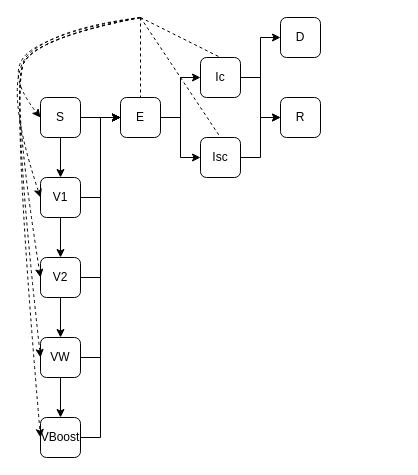
Earlier version of the draw.io diagram BICS_ABM.drawio (eroubenoff/BICS_ABM). Source tidied: cells renumbered, new cells numbered last; positions are measured from the earlier drawing's top-left corner, leaving out a move shared by most shapes. Both pictures are drawn from the tidied source at 100%, with x=0, y=0 at pixel (0, 17).
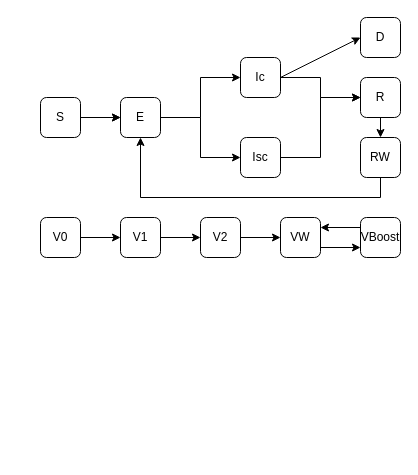
The same diagram, later.

The change refers to these unchanged cells:
```xml
<mxCell id="4" value="S" style="rounded=1;whiteSpace=wrap;html=1;" parent="1" vertex="1">
  <mxGeometry x="40" y="80" width="40" height="40" as="geometry" />
</mxCell>
<mxCell id="6" value="E" style="rounded=1;whiteSpace=wrap;html=1;" parent="1" vertex="1">
  <mxGeometry x="120" y="80" width="40" height="40" as="geometry" />
</mxCell>
```

The edit, as a diff of the source:
```diff
@@
-    <mxCell id="3" style="edgeStyle=orthogonalEdgeStyle;rounded=0;jettySize=auto;html=1;" parent="1" edge="1" source="4" target="17">
-      <mxGeometry relative="1" as="geometry" />
-    </mxCell>
@@
-    <mxCell id="5" style="edgeStyle=orthogonalEdgeStyle;rounded=0;jettySize=auto;html=1;" parent="1" edge="1" source="6" target="8">
+    <mxCell id="5" style="edgeStyle=orthogonalEdgeStyle;rounded=0;jettySize=auto;html=1;exitX=1;exitY=0.5;exitDx=0;exitDy=0;entryX=0;entryY=0.5;entryDx=0;entryDy=0;" parent="1" edge="1" source="6" target="8">
       <mxGeometry relative="1" as="geometry" />
     </mxCell>
+    <mxCell id="35" style="edgeStyle=orthogonalEdgeStyle;rounded=0;jettySize=auto;html=1;exitX=1;exitY=0.5;exitDx=0;exitDy=0;entryX=0;entryY=0.5;entryDx=0;entryDy=0;" parent="1" edge="1" source="6" target="7">
+      <mxGeometry relative="1" as="geometry" />
+    </mxCell>
@@
+    <mxCell id="36" style="edgeStyle=orthogonalEdgeStyle;rounded=0;jettySize=auto;html=1;exitX=1;exitY=0.5;exitDx=0;exitDy=0;entryX=0;entryY=0.5;entryDx=0;entryDy=0;" parent="1" edge="1" source="7" target="9">
+      <mxGeometry relative="1" as="geometry" />
+    </mxCell>
+    <mxCell id="37" style="rounded=0;jettySize=auto;html=1;exitX=1;exitY=0.5;exitDx=0;exitDy=0;entryX=0;entryY=0.5;entryDx=0;entryDy=0;" parent="1" edge="1" source="7" target="10">
+      <mxGeometry relative="1" as="geometry" />
+    </mxCell>
     <mxCell id="7" value="Ic" style="rounded=1;whiteSpace=wrap;html=1;" parent="1" vertex="1">
-      <mxGeometry x="200" y="40" width="40" height="40" as="geometry" />
+      <mxGeometry x="240" y="40" width="40" height="40" as="geometry" />
     </mxCell>
+    <mxCell id="38" style="edgeStyle=orthogonalEdgeStyle;rounded=0;jettySize=auto;html=1;exitX=1;exitY=0.5;exitDx=0;exitDy=0;entryX=0;entryY=0.5;entryDx=0;entryDy=0;" parent="1" edge="1" source="8" target="9">
+      <mxGeometry relative="1" as="geometry" />
+    </mxCell>
     <mxCell id="8" value="Isc" style="rounded=1;whiteSpace=wrap;html=1;" parent="1" vertex="1">
-      <mxGeometry x="200" y="120" width="40" height="40" as="geometry" />
+      <mxGeometry x="240" y="120" width="40" height="40" as="geometry" />
     </mxCell>
+    <mxCell id="39" style="edgeStyle=orthogonalEdgeStyle;rounded=0;jettySize=auto;html=1;exitX=0.5;exitY=1;exitDx=0;exitDy=0;entryX=0.5;entryY=0;entryDx=0;entryDy=0;" parent="1" edge="1" source="9" target="44">
+      <mxGeometry relative="1" as="geometry" />
+    </mxCell>
     <mxCell id="9" value="R" style="rounded=1;whiteSpace=wrap;html=1;" parent="1" vertex="1">
-      <mxGeometry x="280" y="80" width="40" height="40" as="geometry" />
+      <mxGeometry x="360" y="60" width="40" height="40" as="geometry" />
     </mxCell>
     <mxCell id="10" value="D" style="rounded=1;whiteSpace=wrap;html=1;" parent="1" vertex="1">
-      <mxGeometry x="280" width="40" height="40" as="geometry" />
+      <mxGeometry x="360" width="40" height="40" as="geometry" />
     </mxCell>
@@
-    <mxCell id="12" style="endArrow=classic;html=1;rounded=0;entryX=0;entryY=0.5;entryDx=0;entryDy=0;" parent="1" edge="1" target="7">
-      <mxGeometry relative="1" as="geometry">
-        <mxPoint x="160" y="100" as="sourcePoint" />
-        <Array as="points">
-          <mxPoint x="180" y="100" />
-          <mxPoint x="180" y="60" />
-        </Array>
-      </mxGeometry>
-    </mxCell>
-    <mxCell id="13" style="endArrow=classic;html=1;rounded=0;entryX=0;entryY=0.5;entryDx=0;entryDy=0;" parent="1" edge="1">
-      <mxGeometry relative="1" as="geometry">
-        <mxPoint x="240" y="60" as="sourcePoint" />
-        <mxPoint x="280" y="20" as="targetPoint" />
-        <Array as="points">
-          <mxPoint x="260" y="60" />
-          <mxPoint x="260" y="20" />
-        </Array>
-      </mxGeometry>
-    </mxCell>
-    <mxCell id="14" style="endArrow=classic;html=1;rounded=0;entryX=0;entryY=0.5;entryDx=0;entryDy=0;" parent="1" edge="1">
-      <mxGeometry relative="1" as="geometry">
-        <mxPoint x="240" y="140" as="sourcePoint" />
-        <mxPoint x="280" y="100" as="targetPoint" />
-        <Array as="points">
-          <mxPoint x="260" y="140" />
-          <mxPoint x="260" y="100" />
-        </Array>
-      </mxGeometry>
-    </mxCell>
-    <mxCell id="15" style="endArrow=classic;html=1;rounded=0;" parent="1" edge="1">
-      <mxGeometry relative="1" as="geometry">
-        <mxPoint x="240" y="60" as="sourcePoint" />
-        <mxPoint x="280" y="100" as="targetPoint" />
-        <Array as="points">
-          <mxPoint x="260" y="60" />
-          <mxPoint x="260" y="100" />
-        </Array>
-      </mxGeometry>
-    </mxCell>
@@
     <mxCell id="17" value="V1" style="rounded=1;whiteSpace=wrap;html=1;" parent="1" vertex="1">
-      <mxGeometry x="40" y="160" width="40" height="40" as="geometry" />
+      <mxGeometry x="120" y="200" width="40" height="40" as="geometry" />
     </mxCell>
@@
     <mxCell id="19" value="V2" style="rounded=1;whiteSpace=wrap;html=1;" parent="1" vertex="1">
-      <mxGeometry x="40" y="240" width="40" height="40" as="geometry" />
+      <mxGeometry x="200" y="200" width="40" height="40" as="geometry" />
     </mxCell>
-    <mxCell id="20" style="edgeStyle=orthogonalEdgeStyle;rounded=0;jettySize=auto;html=1;" parent="1" edge="1" source="21" target="22">
+    <mxCell id="20" style="edgeStyle=orthogonalEdgeStyle;rounded=0;jettySize=auto;html=1;exitX=1;exitY=0.75;exitDx=0;exitDy=0;entryX=0;entryY=0.75;entryDx=0;entryDy=0;" parent="1" edge="1" source="21" target="22">
       <mxGeometry relative="1" as="geometry" />
     </mxCell>
     <mxCell id="21" value="VW" style="rounded=1;whiteSpace=wrap;html=1;" parent="1" vertex="1">
-      <mxGeometry x="40" y="320" width="40" height="40" as="geometry" />
+      <mxGeometry x="280" y="200" width="40" height="40" as="geometry" />
     </mxCell>
+    <mxCell id="40" style="edgeStyle=orthogonalEdgeStyle;rounded=0;jettySize=auto;html=1;exitX=0;exitY=0.25;exitDx=0;exitDy=0;entryX=1;entryY=0.25;entryDx=0;entryDy=0;" parent="1" edge="1" source="22" target="21">
+      <mxGeometry relative="1" as="geometry" />
+    </mxCell>
     <mxCell id="22" value="VBoost" style="rounded=1;whiteSpace=wrap;html=1;" parent="1" vertex="1">
-      <mxGeometry x="40" y="400" width="40" height="40" as="geometry" />
+      <mxGeometry x="360" y="200" width="40" height="40" as="geometry" />
     </mxCell>
-    <mxCell id="23" style="endArrow=classic;html=1;rounded=0;" parent="1" edge="1">
-      <mxGeometry relative="1" as="geometry">
-        <mxPoint x="80" y="180" as="sourcePoint" />
-        <mxPoint x="120" y="100" as="targetPoint" />
-        <Array as="points">
-          <mxPoint x="100" y="180" />
-          <mxPoint x="100" y="100" />
-        </Array>
-      </mxGeometry>
-    </mxCell>
-    <mxCell id="24" style="endArrow=classic;html=1;rounded=0;" parent="1" edge="1">
-      <mxGeometry relative="1" as="geometry">
-        <mxPoint x="80" y="260" as="sourcePoint" />
-        <mxPoint x="120" y="100" as="targetPoint" />
-        <Array as="points">
-          <mxPoint x="100" y="260" />
-          <mxPoint x="100" y="180" />
-          <mxPoint x="100" y="100" />
-        </Array>
-      </mxGeometry>
-    </mxCell>
-    <mxCell id="25" style="endArrow=classic;html=1;rounded=0;entryX=0;entryY=0.5;entryDx=0;entryDy=0;" parent="1" edge="1" target="6">
-      <mxGeometry relative="1" as="geometry">
-        <mxPoint x="80" y="340" as="sourcePoint" />
-        <Array as="points">
-          <mxPoint x="100" y="340" />
-          <mxPoint x="100" y="260" />
-          <mxPoint x="100" y="180" />
-          <mxPoint x="100" y="100" />
-        </Array>
-      </mxGeometry>
-    </mxCell>
-    <mxCell id="26" style="endArrow=classic;html=1;rounded=0;" parent="1" edge="1">
-      <mxGeometry relative="1" as="geometry">
-        <mxPoint x="80" y="420" as="sourcePoint" />
-        <mxPoint x="120" y="100" as="targetPoint" />
-        <Array as="points">
-          <mxPoint x="100" y="420" />
-          <mxPoint x="100" y="340" />
-          <mxPoint x="100" y="260" />
-          <mxPoint x="100" y="100" />
-        </Array>
-      </mxGeometry>
-    </mxCell>
-    <mxCell id="27" style="endArrow=none;html=1;rounded=0;entryX=0.5;entryY=0;entryDx=0;entryDy=0;dashed=1;" parent="1" edge="1" target="7">
-      <mxGeometry relative="1" as="geometry">
-        <mxPoint x="140" as="sourcePoint" />
-      </mxGeometry>
-    </mxCell>
-    <mxCell id="28" style="endArrow=none;html=1;rounded=0;entryX=0.5;entryY=0;entryDx=0;entryDy=0;dashed=1;" parent="1" edge="1" target="8">
-      <mxGeometry relative="1" as="geometry">
-        <mxPoint x="140" as="sourcePoint" />
-      </mxGeometry>
-    </mxCell>
-    <mxCell id="29" style="endArrow=none;html=1;rounded=0;entryX=0.5;entryY=0;entryDx=0;entryDy=0;dashed=1;" parent="1" edge="1" target="6">
-      <mxGeometry relative="1" as="geometry">
-        <mxPoint x="140" as="sourcePoint" />
-      </mxGeometry>
-    </mxCell>
-    <mxCell id="30" style="curved=1;endArrow=classic;html=1;rounded=0;entryX=0;entryY=0.5;entryDx=0;entryDy=0;sketch=0;shadow=0;dashed=1;" parent="1" edge="1" target="4">
-      <mxGeometry relative="1" as="geometry">
-        <mxPoint x="140" as="sourcePoint" />
-        <Array as="points">
-          <mxPoint x="70" y="10" />
-          <mxPoint y="50" />
-        </Array>
-      </mxGeometry>
-    </mxCell>
-    <mxCell id="31" style="curved=1;endArrow=classic;html=1;rounded=0;entryX=0;entryY=0.5;entryDx=0;entryDy=0;sketch=0;shadow=0;dashed=1;" parent="1" edge="1" target="17">
-      <mxGeometry relative="1" as="geometry">
-        <mxPoint x="140" as="sourcePoint" />
-        <Array as="points">
-          <mxPoint x="60" y="10" />
-          <mxPoint y="60" />
-        </Array>
-      </mxGeometry>
-    </mxCell>
-    <mxCell id="32" style="curved=1;endArrow=classic;html=1;rounded=0;sketch=0;shadow=0;dashed=1;" parent="1" edge="1">
-      <mxGeometry relative="1" as="geometry">
-        <mxPoint x="140" as="sourcePoint" />
-        <mxPoint x="40" y="260" as="targetPoint" />
-        <Array as="points">
-          <mxPoint x="37" y="20" />
-          <mxPoint x="10" y="70" />
-        </Array>
-      </mxGeometry>
-    </mxCell>
-    <mxCell id="33" style="curved=1;endArrow=classic;html=1;rounded=0;sketch=0;shadow=0;dashed=1;fontStyle=1;entryX=0;entryY=0.5;entryDx=0;entryDy=0;" parent="1" edge="1" target="21">
-      <mxGeometry relative="1" as="geometry">
-        <mxPoint x="140" as="sourcePoint" />
-        <Array as="points">
-          <mxPoint x="37" y="20" />
-          <mxPoint x="10" y="70" />
-        </Array>
-      </mxGeometry>
-    </mxCell>
-    <mxCell id="34" style="curved=1;endArrow=classic;html=1;rounded=0;sketch=0;shadow=0;dashed=1;fontStyle=1;entryX=0;entryY=0.5;entryDx=0;entryDy=0;" parent="1" edge="1" target="22">
-      <mxGeometry relative="1" as="geometry">
-        <mxPoint x="140" as="sourcePoint" />
-        <Array as="points">
-          <mxPoint x="37" y="20" />
-          <mxPoint x="10" y="70" />
-        </Array>
-      </mxGeometry>
-    </mxCell>
+    <mxCell id="41" style="edgeStyle=orthogonalEdgeStyle;rounded=0;jettySize=auto;html=1;exitX=1;exitY=0.5;exitDx=0;exitDy=0;entryX=0;entryY=0.5;entryDx=0;entryDy=0;" parent="1" edge="1" source="42" target="17">
+      <mxGeometry relative="1" as="geometry" />
+    </mxCell>
+    <mxCell id="42" value="V0" style="rounded=1;whiteSpace=wrap;html=1;" parent="1" vertex="1">
+      <mxGeometry x="40" y="200" width="40" height="40" as="geometry" />
+    </mxCell>
+    <mxCell id="43" style="edgeStyle=orthogonalEdgeStyle;rounded=0;jettySize=auto;html=1;exitX=0.5;exitY=1;exitDx=0;exitDy=0;entryX=0.5;entryY=1;entryDx=0;entryDy=0;" parent="1" edge="1" source="44" target="6">
+      <mxGeometry relative="1" as="geometry" />
+    </mxCell>
+    <mxCell id="44" value="RW" style="rounded=1;whiteSpace=wrap;html=1;" parent="1" vertex="1">
+      <mxGeometry x="360" y="120" width="40" height="40" as="geometry" />
+    </mxCell>
```
